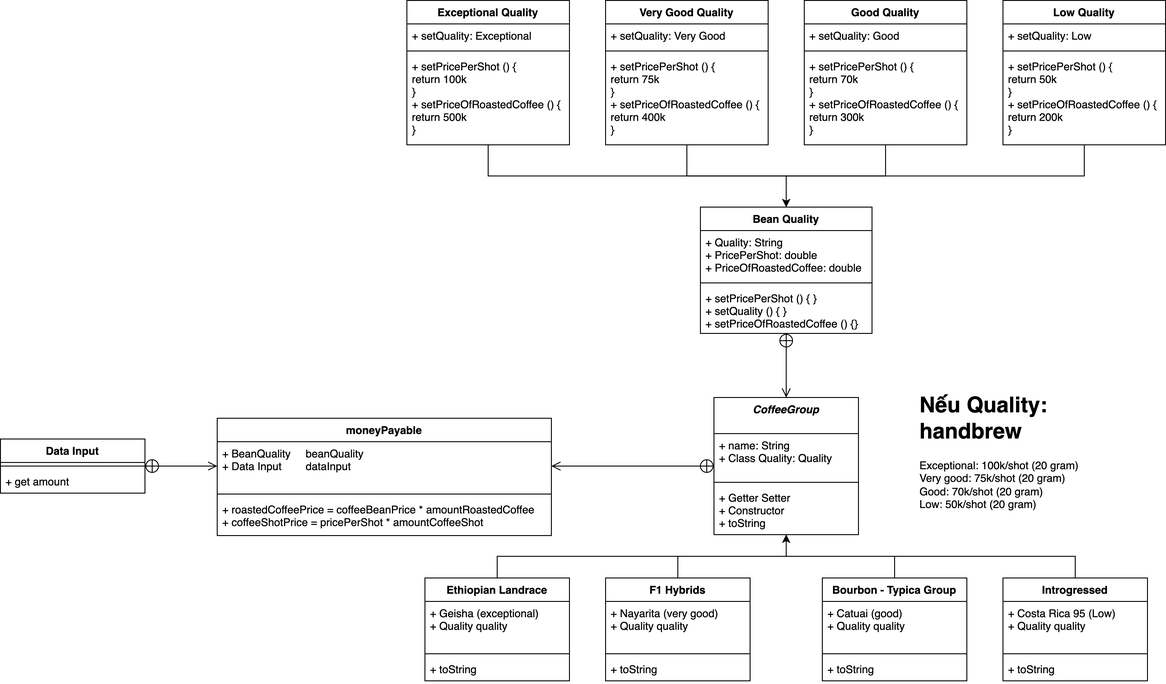
The draw.io diagram CaseStudyMD2.png in minhtuan1610/MD2-Case-Study, before a commit. Source tidied: cells renumbered, new cells last; positions are measured from the earlier drawing's top-left corner, leaving out a move shared by most shapes.
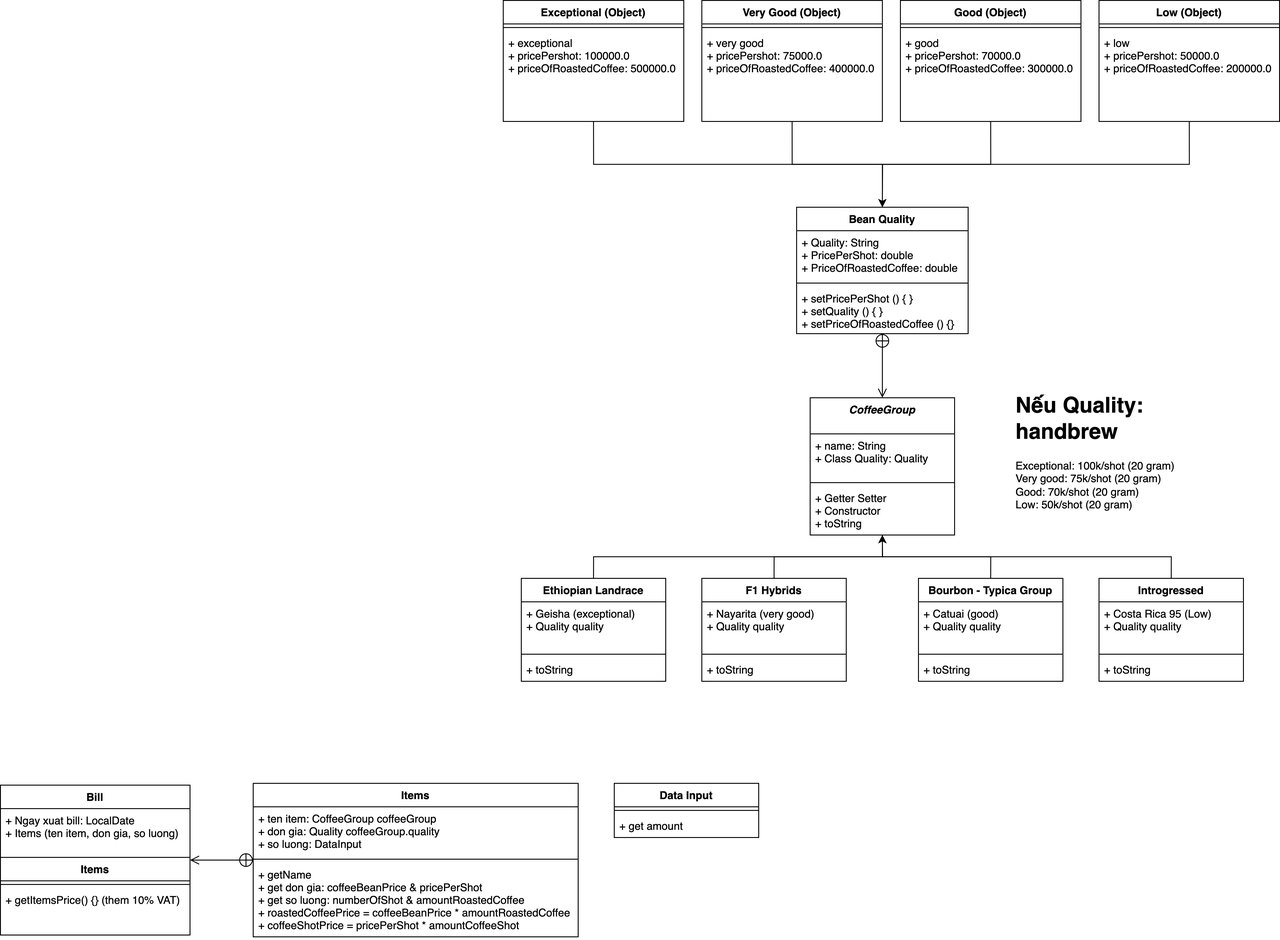
Above is the later version.

The edit, as a diff of the source:
```diff
@@ -95,77 +95,53 @@
     <mxCell id="32" style="edgeStyle=orthogonalEdgeStyle;rounded=0;jettySize=auto;html=1;entryX=0.5;entryY=0;entryDx=0;entryDy=0;exitX=0.5;exitY=1;exitDx=0;exitDy=0;" parent="1" edge="1" source="33" target="28">
       <mxGeometry relative="1" as="geometry" />
     </mxCell>
-    <mxCell id="33" value="Exceptional Quality" style="swimlane;fontStyle=1;align=center;verticalAlign=top;horizontal=1;startSize=26;" parent="1" vertex="1">
-      <mxGeometry x="450" width="180" height="160" as="geometry" />
+    <mxCell id="33" value="Exceptional (Object)" style="swimlane;fontStyle=1;align=center;verticalAlign=top;horizontal=1;startSize=26;" parent="1" vertex="1">
+      <mxGeometry x="450" width="200" height="134" as="geometry" />
     </mxCell>
-    <mxCell id="34" value="+ setQuality: Exceptional" style="text;strokeColor=none;fillColor=none;align=left;verticalAlign=top;spacingLeft=4;spacingRight=4;overflow=hidden;" parent="33" vertex="1">
-      <mxGeometry y="26" width="180" height="26" as="geometry" />
-    </mxCell>
     <mxCell id="35" style="line;strokeWidth=1;fillColor=none;align=left;verticalAlign=middle;spacingTop=-1;spacingLeft=3;spacingRight=3;labelPosition=right;" parent="33" vertex="1">
-      <mxGeometry y="52" width="180" height="8" as="geometry" />
+      <mxGeometry y="26" width="200" height="8" as="geometry" />
     </mxCell>
-    <mxCell id="36" value="+ setPricePerShot () {&#10;return 100k&#10;}&#10;+ setPriceOfRoastedCoffee () {&#10;return 500k&#10;}" style="text;strokeColor=none;fillColor=none;align=left;verticalAlign=top;spacingLeft=4;spacingRight=4;overflow=hidden;" parent="33" vertex="1">
-      <mxGeometry y="60" width="180" height="100" as="geometry" />
+    <mxCell id="36" value="+ exceptional&#10;+ pricePershot: 100000.0&#10;+ priceOfRoastedCoffee: 500000.0" style="text;strokeColor=none;fillColor=none;align=left;verticalAlign=top;spacingLeft=4;spacingRight=4;overflow=hidden;" parent="33" vertex="1">
+      <mxGeometry y="34" width="200" height="100" as="geometry" />
     </mxCell>
     <mxCell id="37" style="edgeStyle=orthogonalEdgeStyle;rounded=0;jettySize=auto;html=1;entryX=0.5;entryY=0;entryDx=0;entryDy=0;exitX=0.5;exitY=1;exitDx=0;exitDy=0;" parent="1" edge="1" source="38" target="28">
       <mxGeometry relative="1" as="geometry" />
     </mxCell>
-    <mxCell id="38" value="Very Good Quality" style="swimlane;fontStyle=1;align=center;verticalAlign=top;horizontal=1;startSize=26;" parent="1" vertex="1">
-      <mxGeometry x="670" width="180" height="160" as="geometry" />
+    <mxCell id="38" value="Very Good (Object)" style="swimlane;fontStyle=1;align=center;verticalAlign=top;horizontal=1;startSize=26;" parent="1" vertex="1">
+      <mxGeometry x="670" width="200" height="134" as="geometry" />
     </mxCell>
-    <mxCell id="39" value="+ setQuality: Very Good" style="text;strokeColor=none;fillColor=none;align=left;verticalAlign=top;spacingLeft=4;spacingRight=4;overflow=hidden;" parent="38" vertex="1">
-      <mxGeometry y="26" width="180" height="26" as="geometry" />
-    </mxCell>
     <mxCell id="40" style="line;strokeWidth=1;fillColor=none;align=left;verticalAlign=middle;spacingTop=-1;spacingLeft=3;spacingRight=3;labelPosition=right;" parent="38" vertex="1">
-      <mxGeometry y="52" width="180" height="8" as="geometry" />
+      <mxGeometry y="26" width="200" height="8" as="geometry" />
     </mxCell>
-    <mxCell id="41" value="+ setPricePerShot () {&#10;return 75k&#10;}&#10;+ setPriceOfRoastedCoffee () {&#10;return 400k&#10;}" style="text;strokeColor=none;fillColor=none;align=left;verticalAlign=top;spacingLeft=4;spacingRight=4;overflow=hidden;" parent="38" vertex="1">
-      <mxGeometry y="60" width="180" height="100" as="geometry" />
+    <mxCell id="41" value="+ very good&#10;+ pricePershot: 75000.0&#10;+ priceOfRoastedCoffee: 400000.0" style="text;strokeColor=none;fillColor=none;align=left;verticalAlign=top;spacingLeft=4;spacingRight=4;overflow=hidden;" parent="38" vertex="1">
+      <mxGeometry y="34" width="200" height="100" as="geometry" />
     </mxCell>
     <mxCell id="42" style="edgeStyle=orthogonalEdgeStyle;rounded=0;jettySize=auto;html=1;entryX=0.5;entryY=0;entryDx=0;entryDy=0;exitX=0.5;exitY=1;exitDx=0;exitDy=0;" parent="1" edge="1" source="43" target="28">
       <mxGeometry relative="1" as="geometry" />
     </mxCell>
-    <mxCell id="43" value="Good Quality" style="swimlane;fontStyle=1;align=center;verticalAlign=top;horizontal=1;startSize=26;" parent="1" vertex="1">
-      <mxGeometry x="890" width="180" height="160" as="geometry" />
+    <mxCell id="43" value="Good (Object)" style="swimlane;fontStyle=1;align=center;verticalAlign=top;horizontal=1;startSize=26;" parent="1" vertex="1">
+      <mxGeometry x="890" width="200" height="134" as="geometry" />
     </mxCell>
-    <mxCell id="44" value="+ setQuality: Good" style="text;strokeColor=none;fillColor=none;align=left;verticalAlign=top;spacingLeft=4;spacingRight=4;overflow=hidden;" parent="43" vertex="1">
-      <mxGeometry y="26" width="180" height="26" as="geometry" />
-    </mxCell>
     <mxCell id="45" style="line;strokeWidth=1;fillColor=none;align=left;verticalAlign=middle;spacingTop=-1;spacingLeft=3;spacingRight=3;labelPosition=right;" parent="43" vertex="1">
-      <mxGeometry y="52" width="180" height="8" as="geometry" />
+      <mxGeometry y="26" width="200" height="8" as="geometry" />
     </mxCell>
-    <mxCell id="46" value="+ setPricePerShot () {&#10;return 70k&#10;}&#10;+ setPriceOfRoastedCoffee () {&#10;return 300k&#10;}" style="text;strokeColor=none;fillColor=none;align=left;verticalAlign=top;spacingLeft=4;spacingRight=4;overflow=hidden;" parent="43" vertex="1">
-      <mxGeometry y="60" width="180" height="100" as="geometry" />
+    <mxCell id="46" value="+ good&#10;+ pricePershot: 70000.0&#10;+ priceOfRoastedCoffee: 300000.0" style="text;strokeColor=none;fillColor=none;align=left;verticalAlign=top;spacingLeft=4;spacingRight=4;overflow=hidden;" parent="43" vertex="1">
+      <mxGeometry y="34" width="200" height="100" as="geometry" />
     </mxCell>
     <mxCell id="47" style="edgeStyle=orthogonalEdgeStyle;rounded=0;jettySize=auto;html=1;exitX=0.5;exitY=1;exitDx=0;exitDy=0;entryX=0.5;entryY=0;entryDx=0;entryDy=0;" parent="1" edge="1" source="48" target="28">
       <mxGeometry relative="1" as="geometry" />
     </mxCell>
-    <mxCell id="48" value="Low Quality" style="swimlane;fontStyle=1;align=center;verticalAlign=top;horizontal=1;startSize=26;" parent="1" vertex="1">
-      <mxGeometry x="1110" width="180" height="160" as="geometry" />
+    <mxCell id="48" value="Low (Object)" style="swimlane;fontStyle=1;align=center;verticalAlign=top;horizontal=1;startSize=26;" parent="1" vertex="1">
+      <mxGeometry x="1110" width="200" height="134" as="geometry" />
     </mxCell>
-    <mxCell id="49" value="+ setQuality: Low" style="text;strokeColor=none;fillColor=none;align=left;verticalAlign=top;spacingLeft=4;spacingRight=4;overflow=hidden;" parent="48" vertex="1">
-      <mxGeometry y="26" width="180" height="26" as="geometry" />
-    </mxCell>
     <mxCell id="50" style="line;strokeWidth=1;fillColor=none;align=left;verticalAlign=middle;spacingTop=-1;spacingLeft=3;spacingRight=3;labelPosition=right;" parent="48" vertex="1">
-      <mxGeometry y="52" width="180" height="8" as="geometry" />
+      <mxGeometry y="26" width="200" height="8" as="geometry" />
     </mxCell>
-    <mxCell id="51" value="+ setPricePerShot () {&#10;return 50k&#10;}&#10;+ setPriceOfRoastedCoffee () {&#10;return 200k&#10;}" style="text;strokeColor=none;fillColor=none;align=left;verticalAlign=top;spacingLeft=4;spacingRight=4;overflow=hidden;" parent="48" vertex="1">
-      <mxGeometry y="60" width="180" height="100" as="geometry" />
+    <mxCell id="51" value="+ low&#10;+ pricePershot: 50000.0&#10;+ priceOfRoastedCoffee: 200000.0" style="text;strokeColor=none;fillColor=none;align=left;verticalAlign=top;spacingLeft=4;spacingRight=4;overflow=hidden;" parent="48" vertex="1">
+      <mxGeometry y="34" width="200" height="100" as="geometry" />
     </mxCell>
-    <mxCell id="52" value="moneyPayable" style="swimlane;fontStyle=1;align=center;verticalAlign=top;horizontal=1;startSize=26;" parent="1" vertex="1">
-      <mxGeometry x="240" y="463" width="370" height="130" as="geometry" />
-    </mxCell>
-    <mxCell id="53" value="+ BeanQuality     beanQuality&#10;+ Data Input        dataInput" style="text;strokeColor=none;fillColor=none;align=left;verticalAlign=top;spacingLeft=4;spacingRight=4;overflow=hidden;points=[[0,0.5],[1,0.5]];portConstraint=eastwest;" parent="52" vertex="1">
-      <mxGeometry y="26" width="370" height="54" as="geometry" />
-    </mxCell>
-    <mxCell id="54" style="line;strokeWidth=1;fillColor=none;align=left;verticalAlign=middle;spacingTop=-1;spacingLeft=3;spacingRight=3;labelPosition=right;" parent="52" vertex="1">
-      <mxGeometry y="80" width="370" height="8" as="geometry" />
-    </mxCell>
-    <mxCell id="55" value="+ roastedCoffeePrice = coffeeBeanPrice * amountRoastedCoffee&#10;+ coffeeShotPrice = pricePerShot * amountCoffeeShot" style="text;strokeColor=none;fillColor=none;align=left;verticalAlign=top;spacingLeft=4;spacingRight=4;overflow=hidden;" parent="52" vertex="1">
-      <mxGeometry y="88" width="370" height="42" as="geometry" />
-    </mxCell>
     <mxCell id="56" value="Data Input" style="swimlane;fontStyle=1;align=center;verticalAlign=top;horizontal=1;startSize=26;" parent="1" vertex="1">
-      <mxGeometry y="486" width="160" height="60" as="geometry" />
+      <mxGeometry x="573" y="867" width="160" height="60" as="geometry" />
     </mxCell>
     <mxCell id="57" style="line;strokeWidth=1;fillColor=none;align=left;verticalAlign=middle;spacingTop=-1;spacingLeft=3;spacingRight=3;labelPosition=right;" parent="56" vertex="1">
       <mxGeometry y="26" width="160" height="8" as="geometry" />
@@ -173,11 +149,35 @@
     <mxCell id="58" value="+ get amount" style="text;strokeColor=none;fillColor=none;align=left;verticalAlign=top;spacingLeft=4;spacingRight=4;overflow=hidden;" parent="56" vertex="1">
       <mxGeometry y="34" width="160" height="26" as="geometry" />
     </mxCell>
-    <mxCell id="59" style="endArrow=open;startArrow=circlePlus;endFill=0;startFill=0;endSize=8;html=1;rounded=0;exitX=0;exitY=0.5;exitDx=0;exitDy=0;entryX=1;entryY=0.5;entryDx=0;entryDy=0;" parent="1" edge="1" source="2" target="53">
-      <mxGeometry relative="1" as="geometry" />
-    </mxCell>
-    <mxCell id="60" style="endArrow=open;startArrow=circlePlus;endFill=0;startFill=0;endSize=8;html=1;rounded=0;entryX=0;entryY=0.5;entryDx=0;entryDy=0;exitX=1;exitY=0.5;exitDx=0;exitDy=0;" parent="1" edge="1" source="56" target="53">
-      <mxGeometry relative="1" as="geometry" />
-    </mxCell>
+    <mxCell id="61" value="Bill" style="swimlane;fontStyle=1;align=center;verticalAlign=top;horizontal=1;startSize=26;" parent="1" vertex="1">
+      <mxGeometry x="-107" y="869" width="210" height="166" as="geometry" />
+    </mxCell>
+    <mxCell id="62" value="+ Ngay xuat bill: LocalDate&#10;+ Items (ten item, don gia, so luong)" style="text;strokeColor=none;fillColor=none;align=left;verticalAlign=top;spacingLeft=4;spacingRight=4;overflow=hidden;" parent="61" vertex="1">
+      <mxGeometry y="26" width="210" height="54" as="geometry" />
+    </mxCell>
+    <mxCell id="63" value="Items" style="swimlane;fontStyle=1;align=center;verticalAlign=top;horizontal=1;startSize=26;" parent="61" vertex="1" collapsed="1">
+      <mxGeometry y="80" width="210" height="26" as="geometry" />
+    </mxCell>
+    <mxCell id="64" style="line;strokeWidth=1;fillColor=none;align=left;verticalAlign=middle;spacingTop=-1;spacingLeft=3;spacingRight=3;labelPosition=right;" parent="61" vertex="1">
+      <mxGeometry y="106" width="210" height="8" as="geometry" />
+    </mxCell>
+    <mxCell id="65" value="+ getItemsPrice() {} (them 10% VAT)" style="text;strokeColor=none;fillColor=none;align=left;verticalAlign=top;spacingLeft=4;spacingRight=4;overflow=hidden;" parent="61" vertex="1">
+      <mxGeometry y="114" width="210" height="52" as="geometry" />
+    </mxCell>
+    <mxCell id="66" style="endArrow=open;startArrow=circlePlus;endFill=0;startFill=0;endSize=8;html=1;rounded=0;entryX=1;entryY=0.5;entryDx=0;entryDy=0;exitX=0;exitY=0.5;exitDx=0;exitDy=0;" parent="1" edge="1" source="67" target="61">
+      <mxGeometry relative="1" as="geometry" />
+    </mxCell>
+    <mxCell id="67" value="Items" style="swimlane;fontStyle=1;align=center;verticalAlign=top;horizontal=1;startSize=26;" parent="1" vertex="1">
+      <mxGeometry x="173" y="867" width="360" height="170" as="geometry" />
+    </mxCell>
+    <mxCell id="68" value="+ ten item: CoffeeGroup coffeeGroup&#10;+ don gia: Quality coffeeGroup.quality&#10;+ so luong: DataInput" style="text;strokeColor=none;fillColor=none;align=left;verticalAlign=top;spacingLeft=4;spacingRight=4;overflow=hidden;" parent="67" vertex="1">
+      <mxGeometry y="26" width="360" height="54" as="geometry" />
+    </mxCell>
+    <mxCell id="69" style="line;strokeWidth=1;fillColor=none;align=left;verticalAlign=middle;spacingTop=-1;spacingLeft=3;spacingRight=3;labelPosition=right;" parent="67" vertex="1">
+      <mxGeometry y="80" width="360" height="8" as="geometry" />
+    </mxCell>
+    <mxCell id="70" value="+ getName&#10;+ get don gia: coffeeBeanPrice &amp; pricePerShot&#10;+ get so luong: numberOfShot &amp; amountRoastedCoffee&#10;+ roastedCoffeePrice = coffeeBeanPrice * amountRoastedCoffee&#10;+ coffeeShotPrice = pricePerShot * amountCoffeeShot" style="text;strokeColor=none;fillColor=none;align=left;verticalAlign=top;spacingLeft=4;spacingRight=4;overflow=hidden;" parent="67" vertex="1">
+      <mxGeometry y="88" width="360" height="82" as="geometry" />
+    </mxCell>
   </root>
 </mxGraphModel>
```
